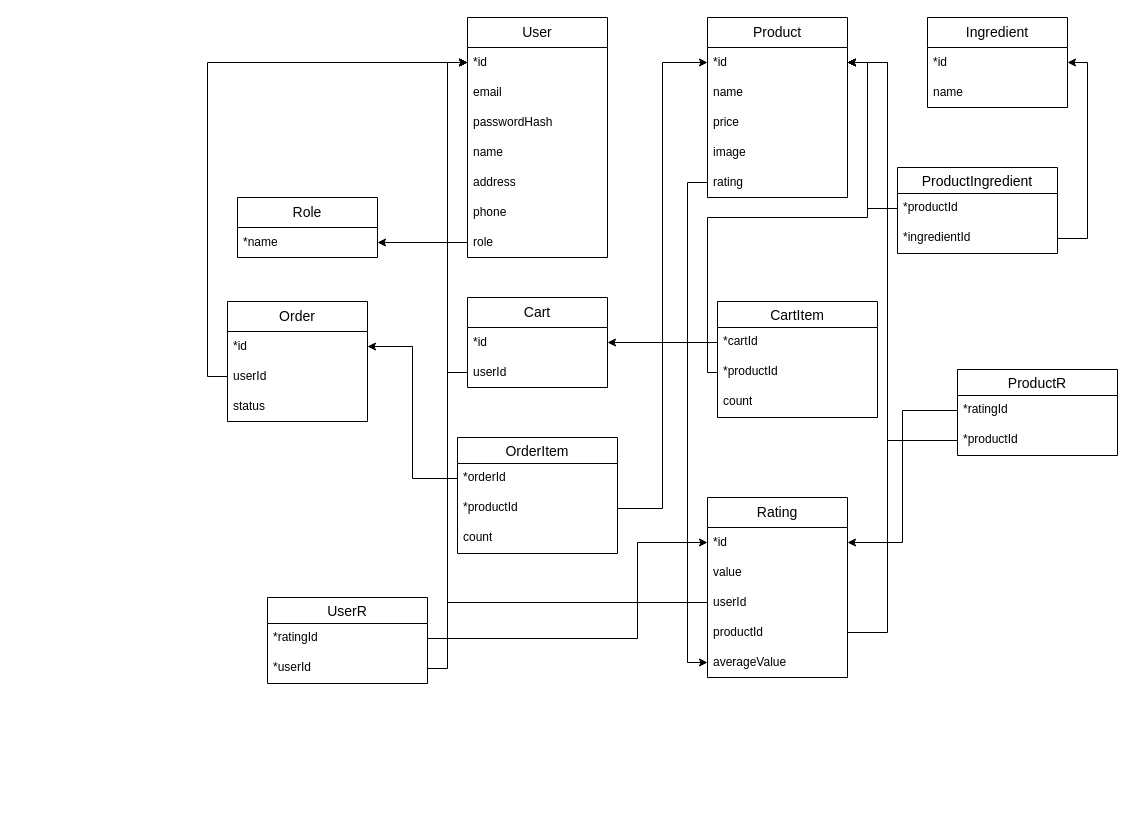
Above: page "Страница — 2" (2 of 2) of database.drawio in fevoritos/kentucky-baked-pizza (draw.io), before the change. Source tidied: cells renumbered, new cells numbered last; positions are measured from the earlier drawing's top-left corner, leaving out a move shared by most shapes. Both pictures are drawn from the tidied source at 100%, with x=0, y=0 at pixel (207, 17).
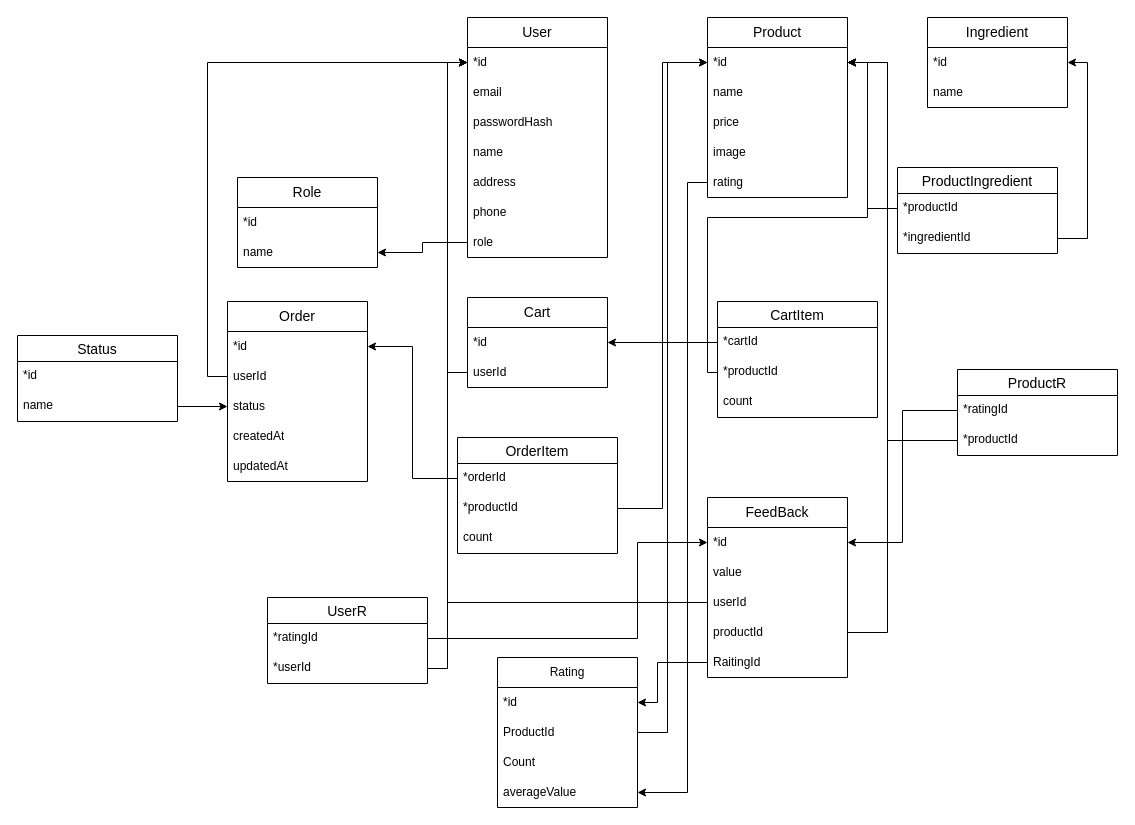
The same diagram, later.

The change refers to these unchanged cells:
```xml
<mxCell id="11" value="*id" style="text;strokeColor=none;fillColor=none;align=left;verticalAlign=middle;spacingLeft=4;spacingRight=4;overflow=hidden;points=[[0,0.5],[1,0.5]];portConstraint=eastwest;whiteSpace=wrap;html=1;" parent="10" vertex="1">
  <mxGeometry y="30" width="140" height="30" as="geometry" />
</mxCell>
<mxCell id="15" value="rating" style="text;strokeColor=none;fillColor=none;align=left;verticalAlign=middle;spacingLeft=4;spacingRight=4;overflow=hidden;points=[[0,0.5],[1,0.5]];portConstraint=eastwest;whiteSpace=wrap;html=1;" parent="10" vertex="1">
  <mxGeometry y="150" width="140" height="30" as="geometry" />
</mxCell>
<mxCell id="40" value="status" style="text;strokeColor=none;fillColor=none;align=left;verticalAlign=middle;spacingLeft=4;spacingRight=4;overflow=hidden;points=[[0,0.5],[1,0.5]];portConstraint=eastwest;whiteSpace=wrap;html=1;" parent="37" vertex="1">
  <mxGeometry y="90" width="140" height="30" as="geometry" />
</mxCell>
```

The edit, as a diff of the source:
```diff
@@
     <mxCell id="34" value="&lt;font style=&quot;font-size: 14px;&quot;&gt;Role&lt;/font&gt;" style="swimlane;fontStyle=0;horizontal=1;startSize=30;whiteSpace=wrap;html=1;" parent="1" vertex="1">
-      <mxGeometry x="30" y="180" width="140" height="60" as="geometry" />
+      <mxGeometry x="30" y="160" width="140" height="90" as="geometry" />
     </mxCell>
+    <mxCell id="67" value="*id" style="text;strokeColor=none;fillColor=none;align=left;verticalAlign=middle;spacingLeft=4;spacingRight=4;overflow=hidden;whiteSpace=wrap;html=1;" parent="34" vertex="1">
+      <mxGeometry y="30" width="140" height="30" as="geometry" />
+    </mxCell>
-    <mxCell id="35" value="*name" style="text;strokeColor=none;fillColor=none;align=left;verticalAlign=middle;spacingLeft=4;spacingRight=4;overflow=hidden;points=[[0,0.5],[1,0.5]];portConstraint=eastwest;whiteSpace=wrap;html=1;" parent="34" vertex="1">
-      <mxGeometry y="30" width="140" height="30" as="geometry" />
+    <mxCell id="35" value="name" style="text;strokeColor=none;fillColor=none;align=left;verticalAlign=middle;spacingLeft=4;spacingRight=4;overflow=hidden;points=[[0,0.5],[1,0.5]];portConstraint=eastwest;whiteSpace=wrap;html=1;" parent="34" vertex="1">
+      <mxGeometry y="60" width="140" height="30" as="geometry" />
     </mxCell>
@@
     <mxCell id="37" value="&lt;font style=&quot;font-size: 14px;&quot;&gt;Order&lt;/font&gt;" style="swimlane;fontStyle=0;horizontal=1;startSize=30;whiteSpace=wrap;html=1;" parent="1" vertex="1">
-      <mxGeometry x="20" y="284" width="140" height="120" as="geometry" />
+      <mxGeometry x="20" y="284" width="140" height="180" as="geometry" />
     </mxCell>
@@
+    <mxCell id="68" value="createdAt" style="text;strokeColor=none;fillColor=none;align=left;verticalAlign=middle;spacingLeft=4;spacingRight=4;overflow=hidden;whiteSpace=wrap;html=1;" parent="37" vertex="1">
+      <mxGeometry y="120" width="140" height="30" as="geometry" />
+    </mxCell>
+    <mxCell id="69" value="updatedAt" style="text;strokeColor=none;fillColor=none;align=left;verticalAlign=middle;spacingLeft=4;spacingRight=4;overflow=hidden;whiteSpace=wrap;html=1;" parent="37" vertex="1">
+      <mxGeometry y="150" width="140" height="30" as="geometry" />
+    </mxCell>
@@
-    <mxCell id="48" value="&lt;font style=&quot;font-size: 14px;&quot;&gt;Rating&lt;/font&gt;" style="swimlane;fontStyle=0;horizontal=1;startSize=30;whiteSpace=wrap;html=1;" parent="1" vertex="1">
+    <mxCell id="48" value="&lt;span style=&quot;font-size: 14px; text-wrap-mode: nowrap;&quot;&gt;FeedBack&lt;/span&gt;" style="swimlane;fontStyle=0;horizontal=1;startSize=30;whiteSpace=wrap;html=1;" parent="1" vertex="1">
       <mxGeometry x="500" y="480" width="140" height="180" as="geometry" />
     </mxCell>
@@
-    <mxCell id="53" value="&lt;span style=&quot;white-space-collapse: preserve;&quot; class=&quot;aNeGP0gI0B9AV8JaHPyH&quot;&gt;averageValue&lt;/span&gt;" style="text;strokeColor=none;fillColor=none;align=left;verticalAlign=middle;spacingLeft=4;spacingRight=4;overflow=hidden;points=[[0,0.5],[1,0.5]];portConstraint=eastwest;whiteSpace=wrap;html=1;" parent="48" vertex="1">
-      <mxGeometry y="150" width="140" height="30" as="geometry" />
-    </mxCell>
+    <mxCell id="70" value="RaitingId" style="text;strokeColor=none;fillColor=none;align=left;verticalAlign=middle;spacingLeft=4;spacingRight=4;overflow=hidden;points=[[0,0.5],[1,0.5]];portConstraint=eastwest;whiteSpace=wrap;html=1;" parent="48" vertex="1">
+      <mxGeometry y="150" width="140" height="30" as="geometry" />
+    </mxCell>
@@
-    <mxCell id="56" style="edgeStyle=orthogonalEdgeStyle;rounded=0;jettySize=auto;html=1;entryX=0;entryY=0.5;entryDx=0;entryDy=0;" parent="1" edge="1" source="15" target="53">
-      <mxGeometry relative="1" as="geometry" />
-    </mxCell>
@@
+    <mxCell id="71" value="Status" style="swimlane;fontStyle=0;horizontal=1;startSize=26;align=center;fontSize=14;" parent="1" vertex="1">
+      <mxGeometry x="-190" y="318" width="160" height="86" as="geometry" />
+    </mxCell>
+    <mxCell id="72" value="*id" style="text;strokeColor=none;fillColor=none;spacingLeft=4;spacingRight=4;overflow=hidden;fontSize=12;whiteSpace=wrap;html=1;" parent="71" vertex="1">
+      <mxGeometry y="26" width="160" height="30" as="geometry" />
+    </mxCell>
+    <mxCell id="73" value="name" style="text;strokeColor=none;fillColor=none;spacingLeft=4;spacingRight=4;overflow=hidden;points=[[0,0.5],[1,0.5]];portConstraint=eastwest;fontSize=12;whiteSpace=wrap;html=1;" parent="71" vertex="1">
+      <mxGeometry y="56" width="160" height="30" as="geometry" />
+    </mxCell>
+    <mxCell id="74" style="edgeStyle=orthogonalEdgeStyle;rounded=0;jettySize=auto;html=1;" parent="1" edge="1" source="73" target="40">
+      <mxGeometry relative="1" as="geometry" />
+    </mxCell>
+    <mxCell id="75" value="Rating" style="swimlane;fontStyle=0;horizontal=1;startSize=30;whiteSpace=wrap;html=1;" parent="1" vertex="1">
+      <mxGeometry x="290" y="640" width="140" height="150" as="geometry" />
+    </mxCell>
+    <mxCell id="76" value="*id" style="text;strokeColor=none;fillColor=none;align=left;verticalAlign=middle;spacingLeft=4;spacingRight=4;overflow=hidden;points=[[0,0.5],[1,0.5]];portConstraint=eastwest;whiteSpace=wrap;html=1;" parent="75" vertex="1">
+      <mxGeometry y="30" width="140" height="30" as="geometry" />
+    </mxCell>
+    <mxCell id="77" value="ProductId" style="text;strokeColor=none;fillColor=none;align=left;verticalAlign=middle;spacingLeft=4;spacingRight=4;overflow=hidden;points=[[0,0.5],[1,0.5]];portConstraint=eastwest;whiteSpace=wrap;html=1;" parent="75" vertex="1">
+      <mxGeometry y="60" width="140" height="30" as="geometry" />
+    </mxCell>
+    <mxCell id="78" value="&lt;span style=&quot;white-space-collapse: preserve;&quot;&gt;Count&lt;/span&gt;" style="text;strokeColor=none;fillColor=none;align=left;verticalAlign=middle;spacingLeft=4;spacingRight=4;overflow=hidden;whiteSpace=wrap;html=1;" parent="75" vertex="1">
+      <mxGeometry y="90" width="140" height="30" as="geometry" />
+    </mxCell>
+    <mxCell id="53" value="averageValue" style="text;strokeColor=none;fillColor=none;align=left;verticalAlign=middle;spacingLeft=4;spacingRight=4;overflow=hidden;points=[[0,0.5],[1,0.5]];portConstraint=eastwest;whiteSpace=wrap;html=1;" parent="75" vertex="1">
+      <mxGeometry y="120" width="140" height="30" as="geometry" />
+    </mxCell>
+    <mxCell id="56" style="edgeStyle=orthogonalEdgeStyle;rounded=0;jettySize=auto;html=1;entryX=1;entryY=0.5;entryDx=0;entryDy=0;" parent="1" edge="1" source="15" target="53">
+      <mxGeometry relative="1" as="geometry">
+        <Array as="points">
+          <mxPoint x="480" y="165" />
+          <mxPoint x="480" y="775" />
+        </Array>
+      </mxGeometry>
+    </mxCell>
+    <mxCell id="79" style="edgeStyle=orthogonalEdgeStyle;rounded=0;jettySize=auto;html=1;" parent="1" edge="1" source="70" target="76">
+      <mxGeometry relative="1" as="geometry">
+        <Array as="points">
+          <mxPoint x="450" y="645" />
+          <mxPoint x="450" y="685" />
+        </Array>
+      </mxGeometry>
+    </mxCell>
+    <mxCell id="80" style="edgeStyle=orthogonalEdgeStyle;rounded=0;jettySize=auto;html=1;entryX=0;entryY=0.5;entryDx=0;entryDy=0;" parent="1" edge="1" source="77" target="11">
+      <mxGeometry relative="1" as="geometry">
+        <Array as="points">
+          <mxPoint x="460" y="715" />
+          <mxPoint x="460" y="45" />
+        </Array>
+      </mxGeometry>
+    </mxCell>
```
